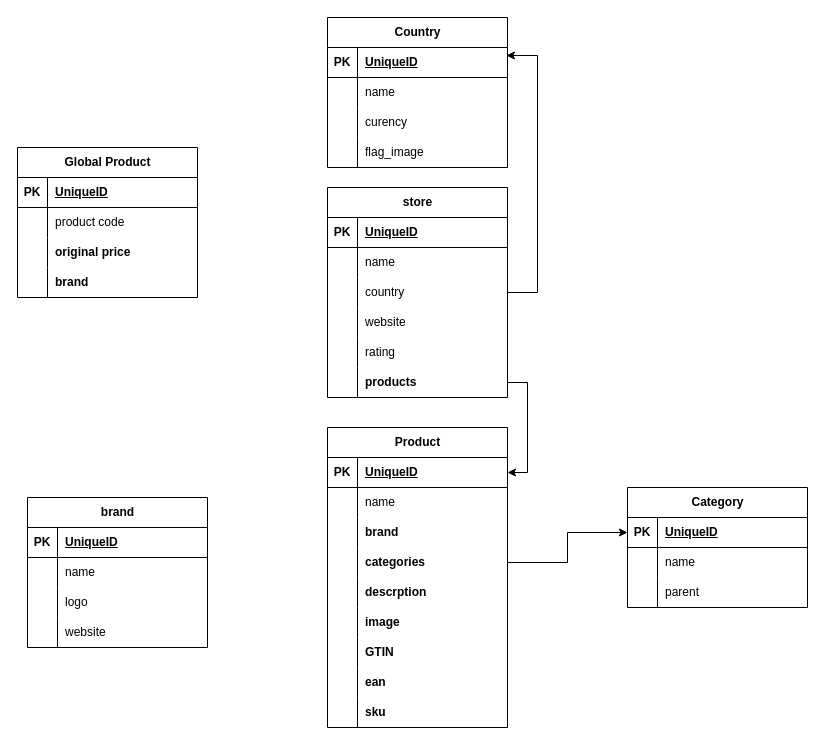
SpasiboVadya/work_with_files keeps this draw.io diagram as database_relationship.drawio. Above is the earlier version. Source tidied: cells renumbered, new cells numbered last; positions are measured from the earlier drawing's top-left corner, leaving out a move shared by most shapes. Both pictures are drawn from the tidied source at 100%, with x=0, y=0 at pixel (17, 17).
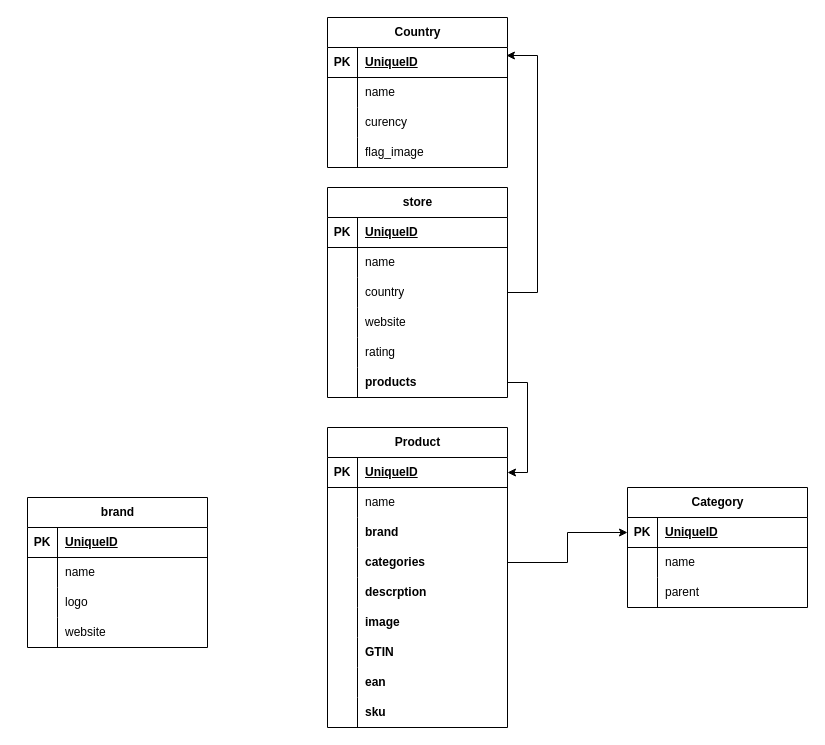
The same diagram, later.

What changed in the source:
```diff
@@
-    <mxCell id="85" value="Global Product" style="shape=table;startSize=30;childLayout=tableLayout;rowLines=0;fontStyle=1;align=center;html=1;" parent="1" vertex="1">
-      <mxGeometry y="130" width="180" height="150" as="geometry" />
-    </mxCell>
-    <mxCell id="86" style="shape=tableRow;horizontal=0;startSize=0;swimlaneHead=0;swimlaneBody=0;fillColor=none;top=0;left=0;right=0;bottom=1;" parent="85" vertex="1">
-      <mxGeometry y="30" width="180" height="30" as="geometry" />
-    </mxCell>
-    <mxCell id="87" value="PK" style="shape=partialRectangle;fillColor=none;top=0;left=0;bottom=0;right=0;fontStyle=1;overflow=hidden;whiteSpace=wrap;html=1;" parent="86" vertex="1">
-      <mxGeometry width="30" height="30" as="geometry" />
-    </mxCell>
-    <mxCell id="88" value="UniqueID" style="shape=partialRectangle;fillColor=none;top=0;left=0;bottom=0;right=0;align=left;spacingLeft=6;fontStyle=5;overflow=hidden;whiteSpace=wrap;html=1;" parent="86" vertex="1">
-      <mxGeometry x="30" width="150" height="30" as="geometry" />
-    </mxCell>
-    <mxCell id="89" style="shape=tableRow;horizontal=0;startSize=0;swimlaneHead=0;swimlaneBody=0;fillColor=none;top=0;left=0;right=0;bottom=0;" parent="85" vertex="1">
-      <mxGeometry y="60" width="180" height="30" as="geometry" />
-    </mxCell>
-    <mxCell id="90" style="shape=partialRectangle;fillColor=none;top=0;left=0;bottom=0;right=0;overflow=hidden;whiteSpace=wrap;html=1;" parent="89" vertex="1">
-      <mxGeometry width="30" height="30" as="geometry" />
-    </mxCell>
-    <mxCell id="91" value="product code" style="shape=partialRectangle;fillColor=none;top=0;left=0;bottom=0;right=0;align=left;spacingLeft=6;overflow=hidden;whiteSpace=wrap;html=1;" parent="89" vertex="1">
-      <mxGeometry x="30" width="150" height="30" as="geometry" />
-    </mxCell>
-    <mxCell id="92" style="shape=tableRow;horizontal=0;startSize=0;swimlaneHead=0;swimlaneBody=0;fillColor=none;top=0;left=0;right=0;bottom=0;" parent="85" vertex="1">
-      <mxGeometry y="90" width="180" height="30" as="geometry" />
-    </mxCell>
-    <mxCell id="93" style="shape=partialRectangle;fillColor=none;top=0;left=0;bottom=0;right=0;overflow=hidden;whiteSpace=wrap;html=1;" parent="92" vertex="1">
-      <mxGeometry width="30" height="30" as="geometry" />
-    </mxCell>
-    <mxCell id="94" value="&lt;span style=&quot;font-weight: 700; text-align: center; text-wrap-mode: nowrap;&quot;&gt;original price&lt;/span&gt;" style="shape=partialRectangle;fillColor=none;top=0;left=0;bottom=0;right=0;align=left;spacingLeft=6;overflow=hidden;whiteSpace=wrap;html=1;" parent="92" vertex="1">
-      <mxGeometry x="30" width="150" height="30" as="geometry" />
-    </mxCell>
-    <mxCell id="95" style="shape=tableRow;horizontal=0;startSize=0;swimlaneHead=0;swimlaneBody=0;fillColor=none;top=0;left=0;right=0;bottom=0;" parent="85" vertex="1">
-      <mxGeometry y="120" width="180" height="30" as="geometry" />
-    </mxCell>
-    <mxCell id="96" style="shape=partialRectangle;fillColor=none;top=0;left=0;bottom=0;right=0;overflow=hidden;whiteSpace=wrap;html=1;" parent="95" vertex="1">
-      <mxGeometry width="30" height="30" as="geometry" />
-    </mxCell>
-    <mxCell id="97" value="&lt;span style=&quot;font-weight: 700; text-align: center; text-wrap-mode: nowrap;&quot;&gt;brand&lt;/span&gt;" style="shape=partialRectangle;fillColor=none;top=0;left=0;bottom=0;right=0;align=left;spacingLeft=6;overflow=hidden;whiteSpace=wrap;html=1;" parent="95" vertex="1">
-      <mxGeometry x="30" width="150" height="30" as="geometry" />
-    </mxCell>
```
